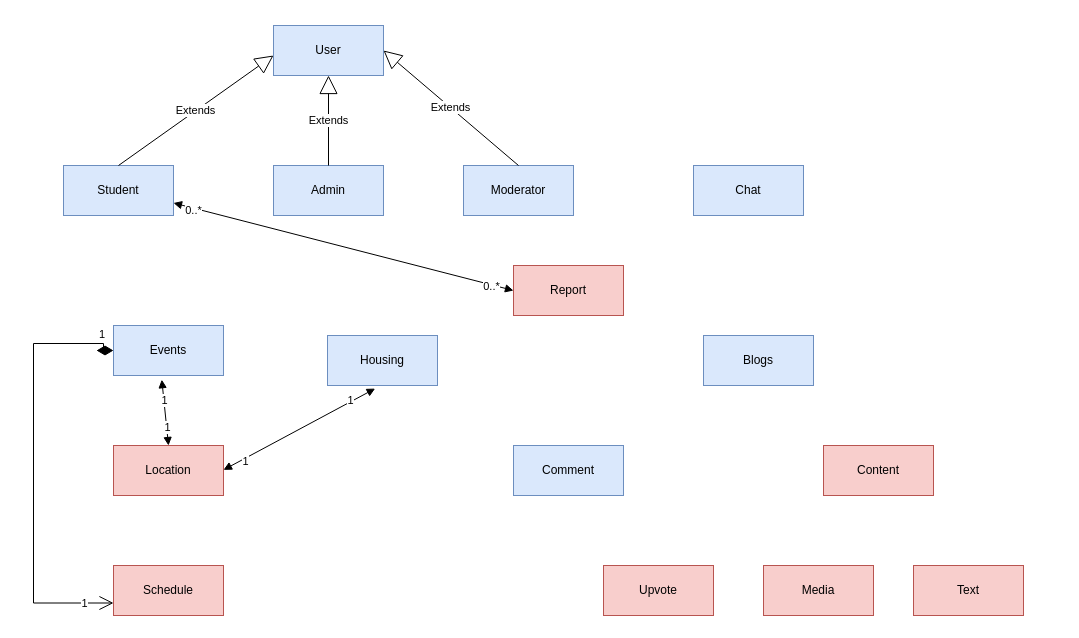
saikrishna1501/PeerPulse keeps this draw.io diagram as Project DDD.drawio. Above is the earlier version. Source tidied: cells renumbered, new cells numbered last; positions are measured from the earlier drawing's top-left corner, leaving out a move shared by most shapes. Both pictures are drawn from the tidied source at 100%, with x=0, y=0 at pixel (33, 25).
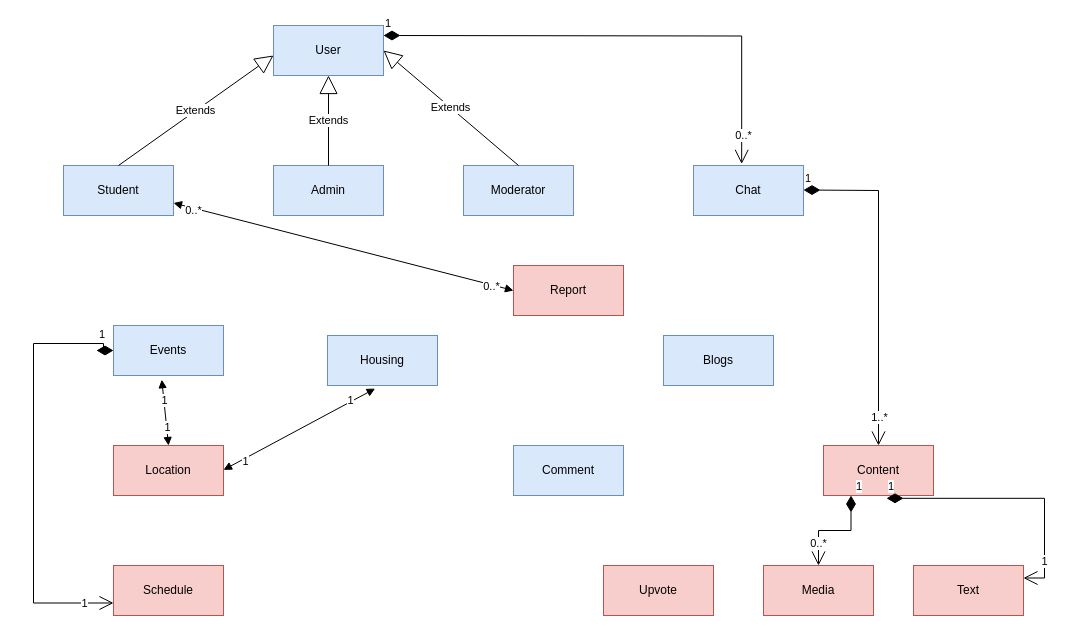
The same diagram, later.

Commit message:
Added relationships between chat and related entities

The change refers to these unchanged cells:
```xml
<mxCell id="7" value="Chat" style="html=1;whiteSpace=wrap;fillColor=#dae8fc;strokeColor=#6c8ebf;" parent="1" vertex="1">
  <mxGeometry x="660" y="140" width="110" height="50" as="geometry" />
</mxCell>
<mxCell id="14" value="Media" style="html=1;whiteSpace=wrap;fillColor=#f8cecc;strokeColor=#b85450;" parent="1" vertex="1">
  <mxGeometry x="730" y="540" width="110" height="50" as="geometry" />
</mxCell>
<mxCell id="15" value="Content" style="html=1;whiteSpace=wrap;fillColor=#f8cecc;strokeColor=#b85450;" parent="1" vertex="1">
  <mxGeometry x="790" y="420" width="110" height="50" as="geometry" />
</mxCell>
<mxCell id="16" value="Text" style="html=1;whiteSpace=wrap;fillColor=#f8cecc;strokeColor=#b85450;" parent="1" vertex="1">
  <mxGeometry x="880" y="540" width="110" height="50" as="geometry" />
</mxCell>
```

Change to the diagram source:
```diff
@@
     <mxCell id="12" value="Blogs" style="html=1;whiteSpace=wrap;fillColor=#dae8fc;strokeColor=#6c8ebf;" parent="1" vertex="1">
-      <mxGeometry x="670" y="310" width="110" height="50" as="geometry" />
+      <mxGeometry x="630" y="310" width="110" height="50" as="geometry" />
     </mxCell>
@@
+    <mxCell id="32" value="1" style="endArrow=open;html=1;endSize=12;startArrow=diamondThin;startSize=14;startFill=1;edgeStyle=orthogonalEdgeStyle;align=left;verticalAlign=bottom;rounded=0;entryX=0.438;entryY=-0.032;entryDx=0;entryDy=0;entryPerimeter=0;" parent="1" edge="1" target="7">
+      <mxGeometry x="-1" y="3" relative="1" as="geometry">
+        <mxPoint x="350" y="10" as="sourcePoint" />
+      </mxGeometry>
+    </mxCell>
+    <mxCell id="33" value="0..*" style="edgeLabel;html=1;align=center;verticalAlign=middle;" parent="32" vertex="1">
+      <mxGeometry x="0.88" y="1" relative="1" as="geometry" />
+    </mxCell>
+    <mxCell id="34" value="1" style="endArrow=open;html=1;endSize=12;startArrow=diamondThin;startSize=14;startFill=1;edgeStyle=orthogonalEdgeStyle;align=left;verticalAlign=bottom;rounded=0;entryX=0.5;entryY=0;entryDx=0;entryDy=0;" parent="1" edge="1" target="15">
+      <mxGeometry x="-1" y="3" relative="1" as="geometry">
+        <mxPoint x="770" y="164.5" as="sourcePoint" />
+      </mxGeometry>
+    </mxCell>
+    <mxCell id="35" value="1..*" style="edgeLabel;html=1;align=center;verticalAlign=middle;" parent="34" vertex="1">
+      <mxGeometry x="0.83" relative="1" as="geometry" />
+    </mxCell>
+    <mxCell id="36" value="1" style="endArrow=open;html=1;endSize=12;startArrow=diamondThin;startSize=14;startFill=1;edgeStyle=orthogonalEdgeStyle;align=left;verticalAlign=bottom;rounded=0;exitX=0.573;exitY=1.056;exitDx=0;exitDy=0;exitPerimeter=0;entryX=1;entryY=0.25;entryDx=0;entryDy=0;" parent="1" edge="1" source="15" target="16">
+      <mxGeometry x="-1" y="3" relative="1" as="geometry">
+        <Array as="points">
+          <mxPoint x="1011" y="473" />
+          <mxPoint x="1011" y="553" />
+        </Array>
+      </mxGeometry>
+    </mxCell>
+    <mxCell id="37" value="1" style="edgeLabel;html=1;align=center;verticalAlign=middle;" parent="36" vertex="1">
+      <mxGeometry x="0.71" y="-1" relative="1" as="geometry" />
+    </mxCell>
+    <mxCell id="38" value="1" style="endArrow=open;html=1;endSize=12;startArrow=diamondThin;startSize=14;startFill=1;edgeStyle=orthogonalEdgeStyle;align=left;verticalAlign=bottom;rounded=0;entryX=0.5;entryY=0;entryDx=0;entryDy=0;exitX=0.25;exitY=1;exitDx=0;exitDy=0;" parent="1" edge="1" source="15" target="14">
+      <mxGeometry x="-1" y="3" relative="1" as="geometry" />
+    </mxCell>
+    <mxCell id="39" value="0..*" style="edgeLabel;html=1;align=center;verticalAlign=middle;" parent="38" vertex="1">
+      <mxGeometry x="0.56" y="-1" relative="1" as="geometry" />
+    </mxCell>
```
